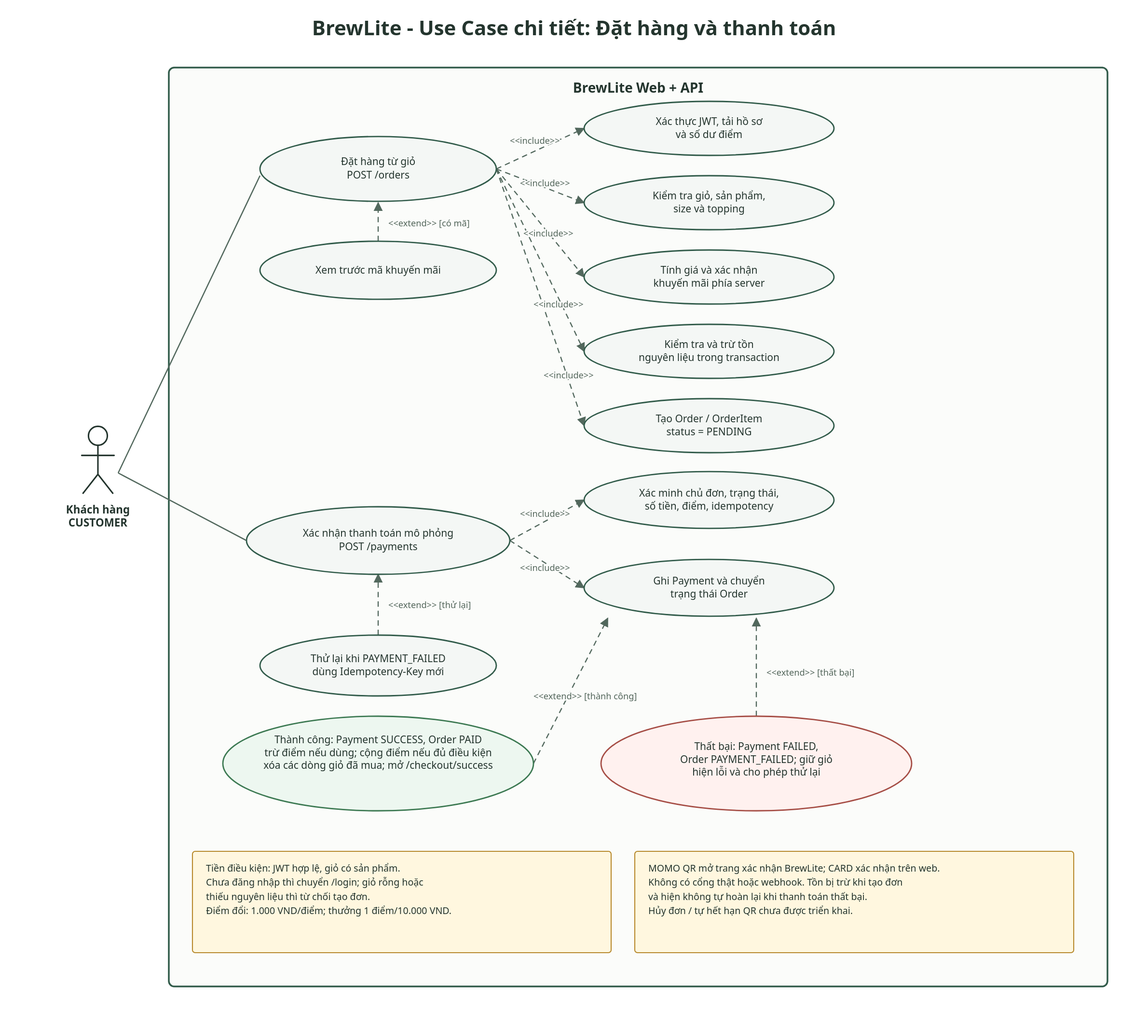
Earlier version of the PlantUML export docs/diagrams/usecase-checkout.svg (ncd426/BrewLite-2). Its source is kept beside it as docs/diagrams/usecase-checkout.puml. The source it was exported from:
```plantuml
@startuml BrewLite Checkout Use Case
left to right direction
skinparam shadowing false
skinparam actorStyle stickman
skinparam packageStyle rectangle
skinparam usecase {
  BackgroundColor #F4F7F5
  BorderColor #315B4A
  ArrowColor #52685D
}
title BrewLite - Use Case chi tiet: Dat hang va thanh toan

actor "Khach hang\n(CUSTOMER da dang nhap)" as Customer

rectangle "BrewLite Web + API" {
  usecase "Dat hang tu gio\n(POST /orders)" as PlaceOrder
  usecase "Xem truoc ma khuyen mai" as PreviewPromotion
  usecase "Xac thuc JWT, tai ho so\nva so du diem" as AuthProfile
  usecase "Kiem tra gio, san pham,\nsize va topping" as ValidateCart
  usecase "Tinh gia va xac nhan\nkhuyen mai tu server" as CalculateAmount
  usecase "Kiem tra va tru ton\nnguyen lieu trong transaction" as CheckStock
  usecase "Tao Order / OrderItem\n(status = PENDING)" as SavePending
  usecase "Xac nhan thanh toan mo phong\n(POST /payments)" as ConfirmPayment
  usecase "Xac minh chu don, trang thai,\nso tien, diem va Idempotency-Key" as VerifyPayment
  usecase "Ghi Payment va chuyen\ntrang thai Order" as RecordResult
  usecase "Thu lai sau PAYMENT_FAILED\n(tao Idempotency-Key moi)" as RetryPayment
  usecase "Thanh cong: Payment SUCCESS, Order PAID;\ntru diem neu dung, cong diem neu du dieu kien;\nxoa cac dong gio da mua; mo /checkout/success" as PaymentSuccess
  usecase "That bai: Payment FAILED, Order PAYMENT_FAILED;\ngiu gio, hien loi va cho phep thu lai" as PaymentFailure
}

Customer --> PlaceOrder
Customer --> ConfirmPayment

PlaceOrder .> AuthProfile : <<include>>
PlaceOrder .> ValidateCart : <<include>>
PlaceOrder .> CalculateAmount : <<include>>
PlaceOrder .> CheckStock : <<include>>
PlaceOrder .> SavePending : <<include>>
PreviewPromotion .> PlaceOrder : <<extend>> [co ma khuyen mai]

ConfirmPayment .> VerifyPayment : <<include>>
ConfirmPayment .> RecordResult : <<include>>
RetryPayment .> ConfirmPayment : <<extend>> [Order = PAYMENT_FAILED]
PaymentSuccess .> RecordResult : <<extend>> [thanh cong]
PaymentFailure .> RecordResult : <<extend>> [that bai]

note right of ConfirmPayment
MOMO: QR mo trang xac nhan BrewLite.
CARD: xac nhan mo phong tren web.
Khong co nha cung cap that hay webhook.
Doi diem: 1.000 VND/diem.
Cong diem: 1 diem/10.000 VND da tra.
end note

note bottom of CheckStock
JWT hop le va gio co it nhat mot san pham.
Ton bi tru khi tao don; hien khong tu hoan
lai khi thanh toan that bai.
end note
@enduml
```
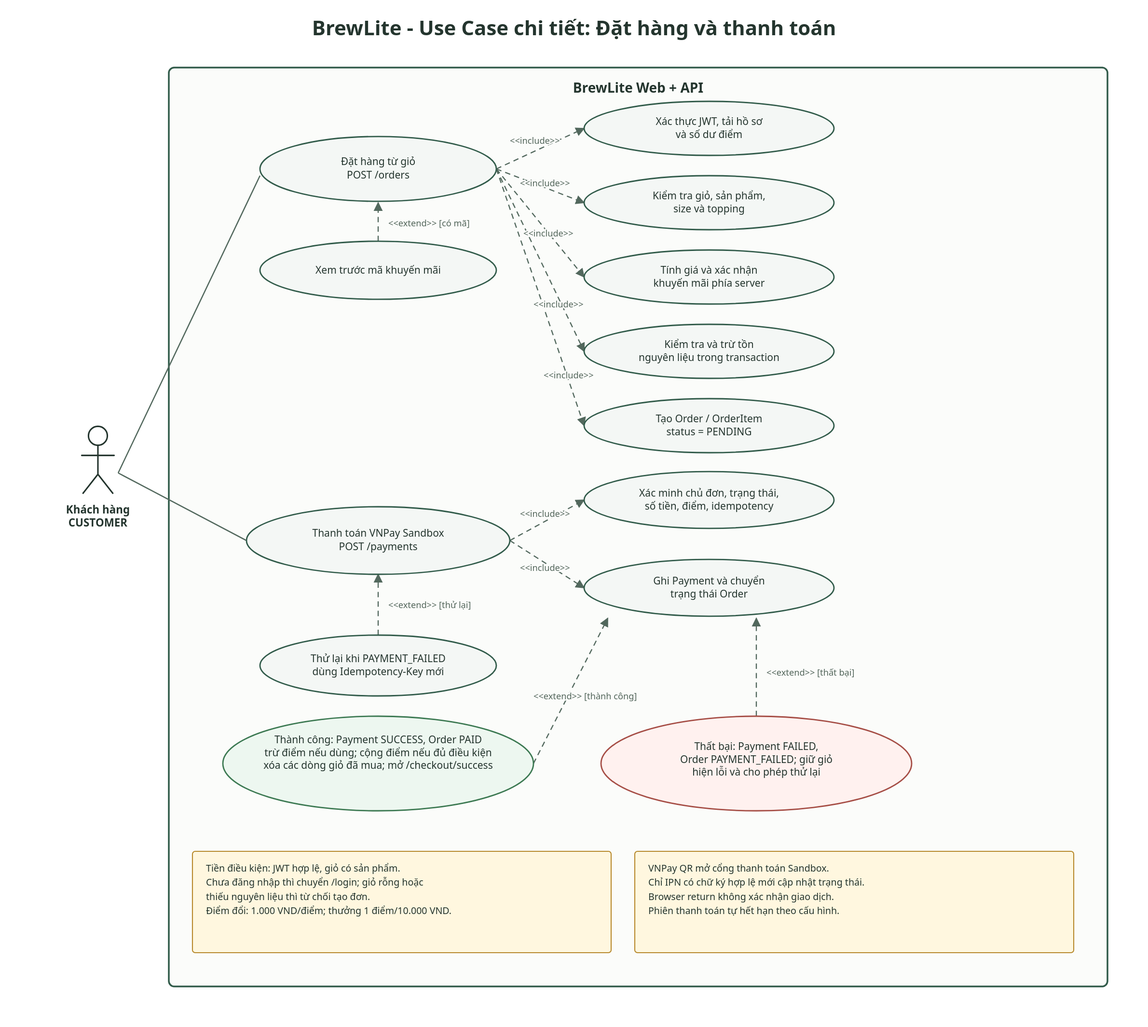
The same file after the commit.

What changed in the source:
```diff
@@ -45,9 +45,9 @@
 PaymentFailure .> RecordResult : <<extend>> [that bai]
 
 note right of ConfirmPayment
-MOMO: QR mo trang xac nhan BrewLite.
-CARD: xac nhan mo phong tren web.
-Khong co nha cung cap that hay webhook.
+VNPay Sandbox: thanh toan qua QR cua nha cung cap.
+Chi IPN co chu ky hop le moi cap nhat trang thai don.
+Browser return khong tu xac nhan thanh toan.
 Doi diem: 1.000 VND/diem.
 Cong diem: 1 diem/10.000 VND da tra.
 end note
```
